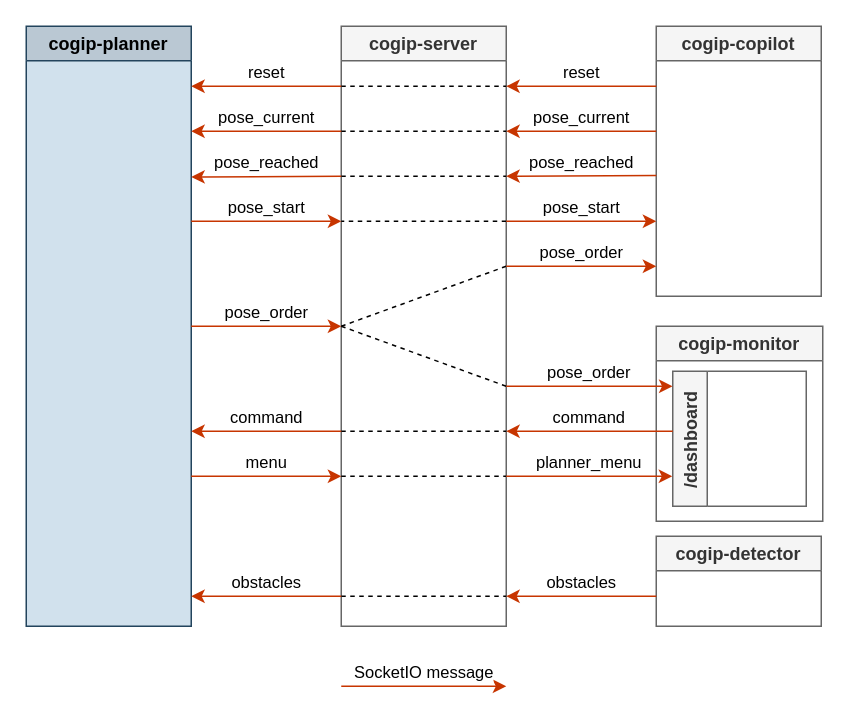
Above: page "planner" (3 of 7) of docs/img/cogip.drawio in cogip/simulation (draw.io), before the change. Source tidied: cells renumbered, new cells numbered last; positions are measured from the earlier drawing's top-left corner, leaving out a move shared by most shapes. Both pictures are drawn from the tidied source at 150%, with x=0, y=0 at pixel (26, 26).
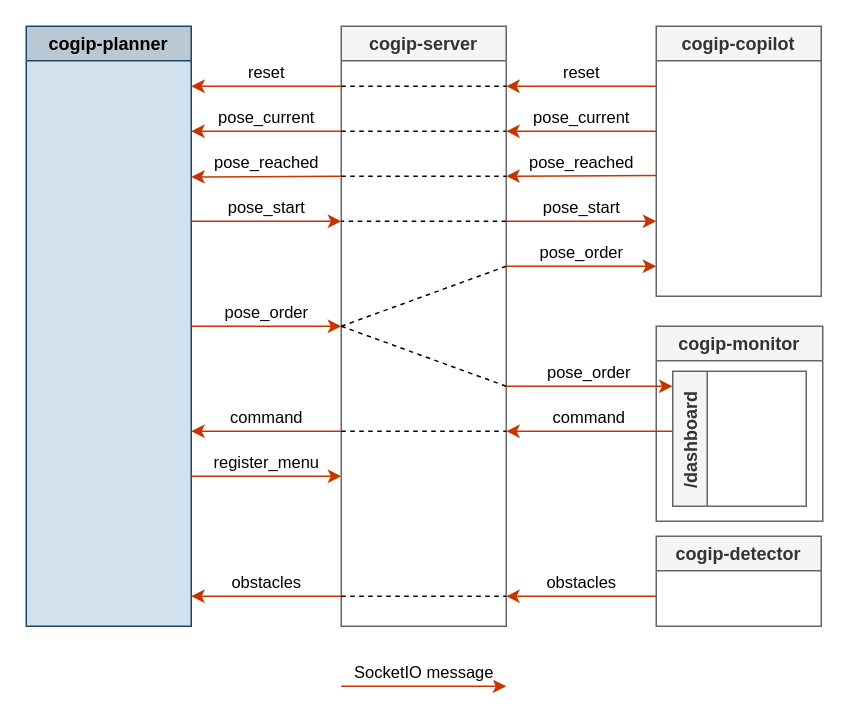
After the change.

Unchanged cells that the change refers to:
```xml
<mxCell id="3" value="/dashboard" style="swimlane;horizontal=0;fontColor=#333333;fillColor=#f5f5f5;strokeColor=#666666;" parent="2" vertex="1">
  <mxGeometry x="11" y="30" width="89" height="90" as="geometry" />
</mxCell>
<mxCell id="5" value="cogip-server" style="swimlane;fillColor=#f5f5f5;fontColor=#333333;strokeColor=#666666;" parent="1" vertex="1">
  <mxGeometry x="210" width="110" height="400" as="geometry" />
</mxCell>
```

The edit, as a diff of the source:
```diff
@@
-    <mxCell id="11" style="endArrow=none;dashed=1;html=1;rounded=0;" parent="5" edge="1">
-      <mxGeometry relative="1" as="geometry">
-        <mxPoint y="300" as="sourcePoint" />
-        <mxPoint x="110" y="300" as="targetPoint" />
-      </mxGeometry>
-    </mxCell>
@@
-    <mxCell id="16" value="menu" style="endArrow=classic;html=1;rounded=0;verticalAlign=bottom;fillColor=#fa6800;strokeColor=#C73500;" parent="1" edge="1">
+    <mxCell id="16" value="register_menu" style="endArrow=classic;html=1;rounded=0;verticalAlign=bottom;fillColor=#fa6800;strokeColor=#C73500;" parent="1" edge="1">
       <mxGeometry relative="1" as="geometry">
         <mxPoint x="110" y="300" as="sourcePoint" />
         <mxPoint x="210" y="300" as="targetPoint" />
       </mxGeometry>
     </mxCell>
-    <mxCell id="17" value="planner_menu" style="endArrow=classic;html=1;rounded=0;verticalAlign=bottom;fillColor=#fa6800;strokeColor=#C73500;entryX=-0.004;entryY=0.778;entryDx=0;entryDy=0;entryPerimeter=0;" parent="1" edge="1" target="3">
-      <mxGeometry relative="1" as="geometry">
-        <mxPoint x="320" y="300" as="sourcePoint" />
-      </mxGeometry>
-    </mxCell>
```
